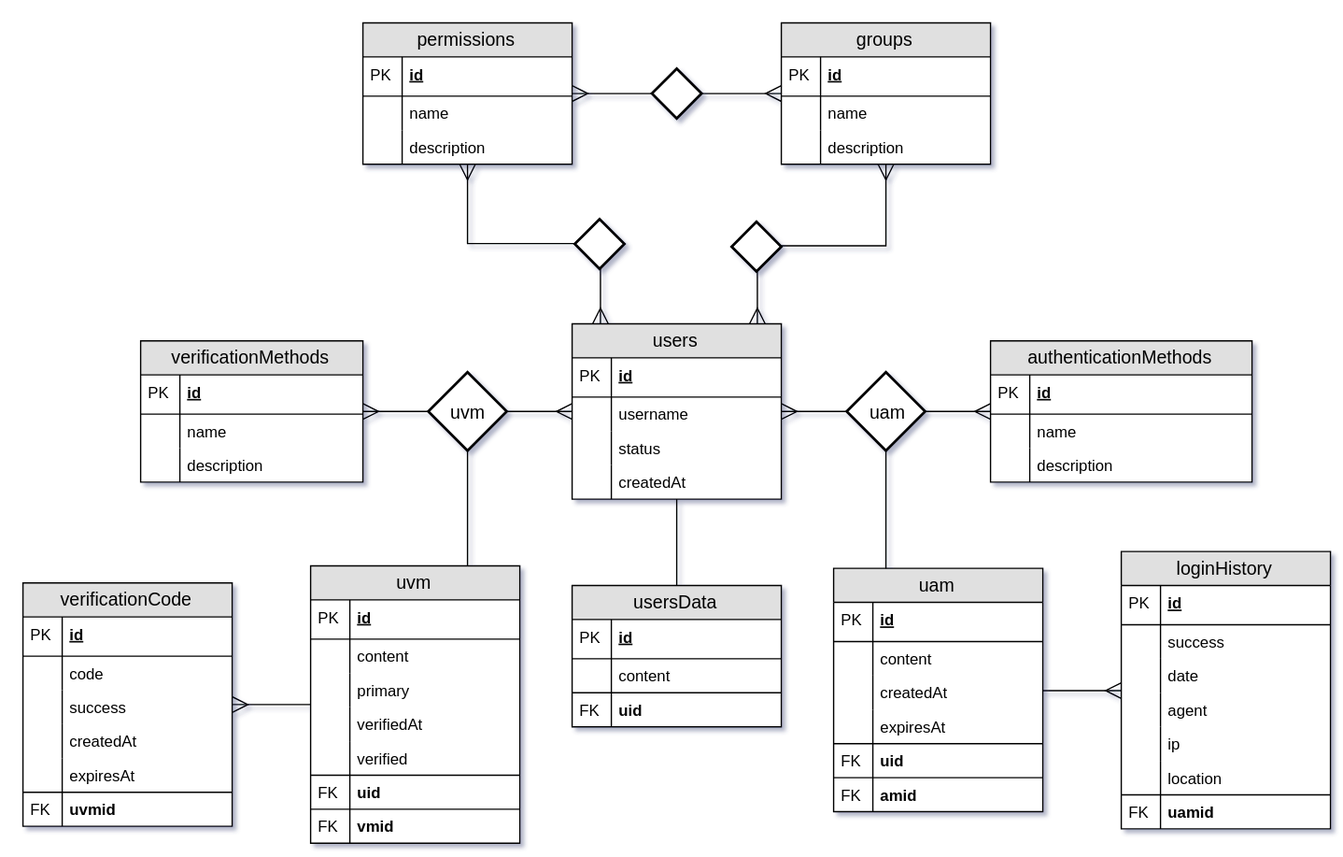
ntrrg/usersd keeps this draw.io diagram as docs/er.svg. Above is the earlier version. Source tidied: cells renumbered, new cells last; positions are measured from the earlier drawing's top-left corner, leaving out a move shared by most shapes.
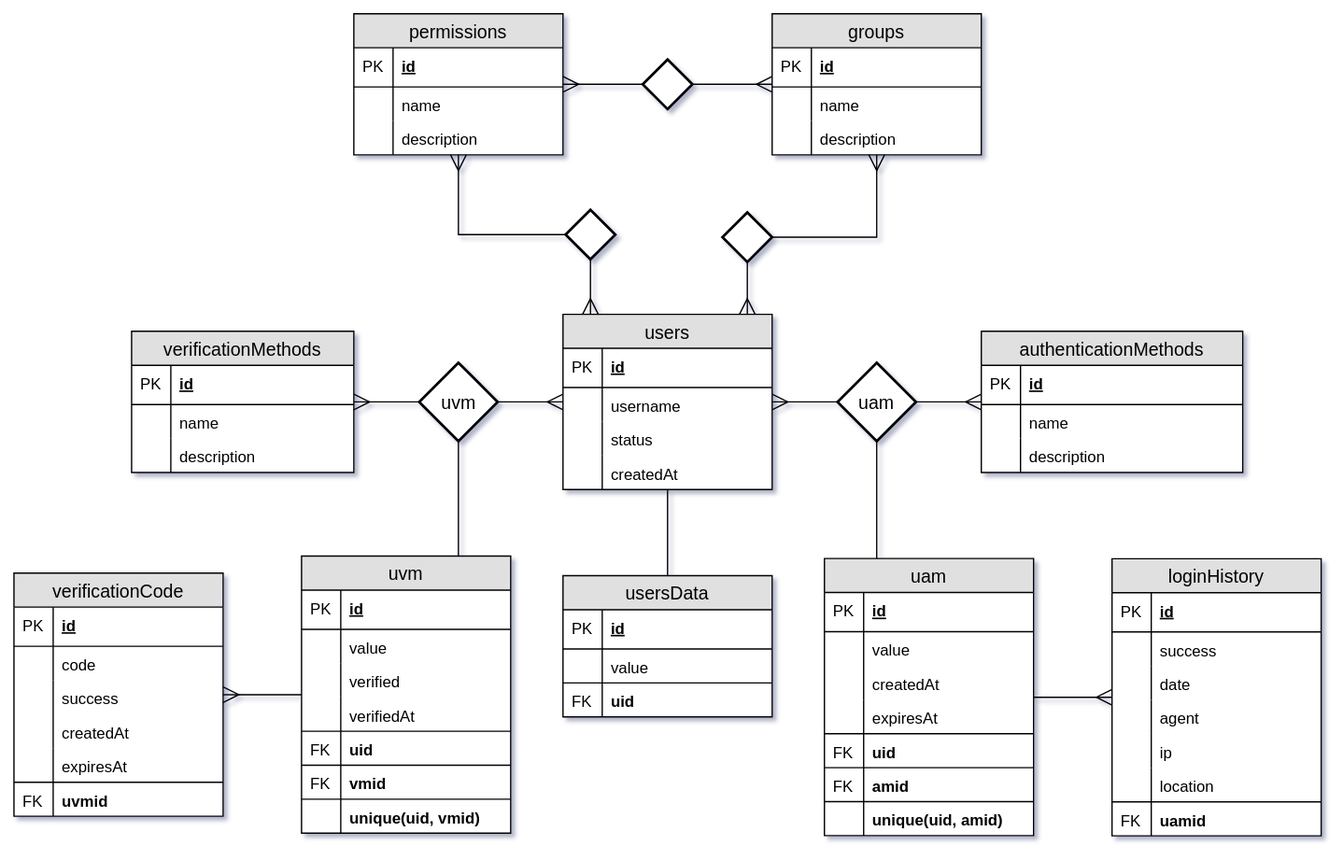
Later version of the same file.

Change to the diagram source:
```diff
@@ -41,13 +41,13 @@
     <mxCell id="14" value="PK" style="shape=partialRectangle;top=0;left=0;bottom=0;fillColor=none;align=left;verticalAlign=middle;spacingLeft=4;spacingRight=4;overflow=hidden;fontSize=12;" parent="13" vertex="1">
       <mxGeometry width="30" height="30" as="geometry" />
     </mxCell>
-    <mxCell id="15" value="content" style="shape=partialRectangle;top=0;left=0;right=0;bottom=0;align=left;verticalAlign=top;fillColor=none;spacingLeft=34;spacingRight=4;overflow=hidden;fontSize=12;" parent="12" vertex="1">
+    <mxCell id="15" value="value" style="shape=partialRectangle;top=0;left=0;right=0;bottom=0;align=left;verticalAlign=top;fillColor=none;spacingLeft=34;spacingRight=4;overflow=hidden;fontSize=12;" parent="12" vertex="1">
       <mxGeometry y="56" width="160" height="26" as="geometry" />
     </mxCell>
     <mxCell id="16" style="shape=partialRectangle;top=0;left=0;bottom=0;fillColor=none;align=left;verticalAlign=top;spacingLeft=4;spacingRight=4;overflow=hidden;fontSize=12;" parent="15" vertex="1">
       <mxGeometry width="30" height="26" as="geometry" />
     </mxCell>
-    <mxCell id="17" value="primary" style="shape=partialRectangle;top=0;left=0;right=0;bottom=0;align=left;verticalAlign=top;fillColor=none;spacingLeft=34;spacingRight=4;overflow=hidden;fontSize=12;" parent="12" vertex="1">
+    <mxCell id="17" value="verified" style="shape=partialRectangle;top=0;left=0;right=0;bottom=0;align=left;verticalAlign=top;fillColor=none;spacingLeft=34;spacingRight=4;overflow=hidden;fontSize=12;" parent="12" vertex="1">
       <mxGeometry y="82" width="160" height="26" as="geometry" />
     </mxCell>
     <mxCell id="18" style="shape=partialRectangle;top=0;left=0;bottom=0;fillColor=none;align=left;verticalAlign=top;spacingLeft=4;spacingRight=4;overflow=hidden;fontSize=12;" parent="17" vertex="1">
@@ -59,24 +59,24 @@
     <mxCell id="20" style="shape=partialRectangle;top=0;left=0;bottom=0;fillColor=none;align=left;verticalAlign=top;spacingLeft=4;spacingRight=4;overflow=hidden;fontSize=12;" parent="19" vertex="1">
       <mxGeometry width="30" height="26" as="geometry" />
     </mxCell>
-    <mxCell id="21" value="verified" style="shape=partialRectangle;top=0;left=0;right=0;bottom=0;align=left;verticalAlign=top;fillColor=none;spacingLeft=34;spacingRight=4;overflow=hidden;fontSize=12;strokeColor=#000000;" parent="12" vertex="1">
-      <mxGeometry y="134" width="160" height="26" as="geometry" />
-    </mxCell>
-    <mxCell id="22" style="shape=partialRectangle;top=0;left=0;bottom=0;fillColor=none;align=left;verticalAlign=top;spacingLeft=4;spacingRight=4;overflow=hidden;fontSize=12;" parent="21" vertex="1">
-      <mxGeometry width="30" height="26" as="geometry" />
-    </mxCell>
     <mxCell id="23" value="uid" style="shape=partialRectangle;top=1;left=0;right=0;bottom=0;align=left;verticalAlign=top;fillColor=none;spacingLeft=34;spacingRight=4;overflow=hidden;fontSize=12;fontStyle=1;strokeColor=#000000;" parent="12" vertex="1">
-      <mxGeometry y="160" width="160" height="26" as="geometry" />
+      <mxGeometry y="134" width="160" height="26" as="geometry" />
     </mxCell>
     <mxCell id="24" value="FK" style="shape=partialRectangle;top=0;left=0;bottom=0;fillColor=none;align=left;verticalAlign=top;spacingLeft=4;spacingRight=4;overflow=hidden;fontSize=12;" parent="23" vertex="1">
       <mxGeometry width="30" height="26" as="geometry" />
     </mxCell>
     <mxCell id="25" value="vmid" style="shape=partialRectangle;top=1;left=0;right=0;bottom=0;align=left;verticalAlign=top;fillColor=none;spacingLeft=34;spacingRight=4;overflow=hidden;fontSize=12;fontStyle=1;strokeColor=#000000;" parent="12" vertex="1">
-      <mxGeometry y="186" width="160" height="26" as="geometry" />
+      <mxGeometry y="160" width="160" height="26" as="geometry" />
     </mxCell>
     <mxCell id="26" value="FK" style="shape=partialRectangle;top=0;left=0;bottom=0;fillColor=none;align=left;verticalAlign=top;spacingLeft=4;spacingRight=4;overflow=hidden;fontSize=12;" parent="25" vertex="1">
       <mxGeometry width="30" height="26" as="geometry" />
     </mxCell>
+    <mxCell id="122" value="unique(uid, vmid)" style="shape=partialRectangle;top=1;left=0;right=0;bottom=0;align=left;verticalAlign=top;fillColor=none;spacingLeft=34;spacingRight=4;overflow=hidden;fontSize=12;fontStyle=1;strokeColor=#000000;" parent="12" vertex="1">
+      <mxGeometry y="186" width="160" height="26" as="geometry" />
+    </mxCell>
+    <mxCell id="123" style="shape=partialRectangle;top=0;left=0;bottom=0;fillColor=none;align=left;verticalAlign=top;spacingLeft=4;spacingRight=4;overflow=hidden;fontSize=12;" parent="122" vertex="1">
+      <mxGeometry width="30" height="26" as="geometry" />
+    </mxCell>
     <mxCell id="27" style="edgeStyle=elbowEdgeStyle;rounded=0;jettySize=auto;elbow=vertical;html=1;startArrow=none;startFill=0;startSize=10;endArrow=none;endFill=0;endSize=10;" parent="1" edge="1" source="28" target="3">
       <mxGeometry relative="1" as="geometry" />
     </mxCell>
@@ -89,7 +89,7 @@
     <mxCell id="30" value="PK" style="shape=partialRectangle;top=0;left=0;bottom=0;fillColor=none;align=left;verticalAlign=middle;spacingLeft=4;spacingRight=4;overflow=hidden;fontSize=12;" parent="29" vertex="1">
       <mxGeometry width="30" height="30" as="geometry" />
     </mxCell>
-    <mxCell id="31" value="content" style="shape=partialRectangle;top=0;left=0;right=0;bottom=0;align=left;verticalAlign=top;fillColor=none;spacingLeft=34;spacingRight=4;overflow=hidden;fontSize=12;" parent="28" vertex="1">
+    <mxCell id="31" value="value" style="shape=partialRectangle;top=0;left=0;right=0;bottom=0;align=left;verticalAlign=top;fillColor=none;spacingLeft=34;spacingRight=4;overflow=hidden;fontSize=12;" parent="28" vertex="1">
       <mxGeometry y="56" width="160" height="26" as="geometry" />
     </mxCell>
     <mxCell id="32" style="shape=partialRectangle;top=0;left=0;bottom=0;fillColor=none;align=left;verticalAlign=top;spacingLeft=4;spacingRight=4;overflow=hidden;fontSize=12;" parent="31" vertex="1">
@@ -105,7 +105,7 @@
       <mxGeometry relative="1" as="geometry" />
     </mxCell>
     <mxCell id="36" value="uam" style="swimlane;fontStyle=0;horizontal=1;startSize=26;fillColor=#e0e0e0;swimlaneFillColor=#ffffff;align=center;fontSize=14;" parent="1" vertex="1">
-      <mxGeometry x="620" y="416.9" width="160" height="186" as="geometry" />
+      <mxGeometry x="620" y="416.9" width="160" height="212" as="geometry" />
     </mxCell>
     <mxCell id="37" value="id" style="shape=partialRectangle;top=0;left=0;right=0;bottom=1;align=left;verticalAlign=middle;fillColor=none;spacingLeft=34;spacingRight=4;overflow=hidden;fontStyle=5;fontSize=12;" parent="36" vertex="1">
       <mxGeometry y="26" width="160" height="30" as="geometry" />
@@ -113,7 +113,7 @@
     <mxCell id="38" value="PK" style="shape=partialRectangle;top=0;left=0;bottom=0;fillColor=none;align=left;verticalAlign=middle;spacingLeft=4;spacingRight=4;overflow=hidden;fontSize=12;" parent="37" vertex="1">
       <mxGeometry width="30" height="30" as="geometry" />
     </mxCell>
-    <mxCell id="39" value="content" style="shape=partialRectangle;top=0;left=0;right=0;bottom=0;align=left;verticalAlign=top;fillColor=none;spacingLeft=34;spacingRight=4;overflow=hidden;fontSize=12;" parent="36" vertex="1">
+    <mxCell id="39" value="value" style="shape=partialRectangle;top=0;left=0;right=0;bottom=0;align=left;verticalAlign=top;fillColor=none;spacingLeft=34;spacingRight=4;overflow=hidden;fontSize=12;" parent="36" vertex="1">
       <mxGeometry y="56" width="160" height="26" as="geometry" />
     </mxCell>
     <mxCell id="40" style="shape=partialRectangle;top=0;left=0;bottom=0;fillColor=none;align=left;verticalAlign=top;spacingLeft=4;spacingRight=4;overflow=hidden;fontSize=12;" parent="39" vertex="1">
@@ -143,8 +143,14 @@
     <mxCell id="48" value="FK" style="shape=partialRectangle;top=0;left=0;bottom=0;fillColor=none;align=left;verticalAlign=top;spacingLeft=4;spacingRight=4;overflow=hidden;fontSize=12;" parent="47" vertex="1">
       <mxGeometry width="30" height="26" as="geometry" />
     </mxCell>
+    <mxCell id="124" value="unique(uid, amid)" style="shape=partialRectangle;top=1;left=0;right=0;bottom=0;align=left;verticalAlign=top;fillColor=none;spacingLeft=34;spacingRight=4;overflow=hidden;fontSize=12;fontStyle=1;" parent="36" vertex="1">
+      <mxGeometry y="186" width="160" height="26" as="geometry" />
+    </mxCell>
+    <mxCell id="125" style="shape=partialRectangle;top=0;left=0;bottom=0;fillColor=none;align=left;verticalAlign=top;spacingLeft=4;spacingRight=4;overflow=hidden;fontSize=12;" parent="124" vertex="1">
+      <mxGeometry width="30" height="26" as="geometry" />
+    </mxCell>
     <mxCell id="49" value="loginHistory" style="swimlane;fontStyle=0;horizontal=1;startSize=26;fillColor=#e0e0e0;swimlaneFillColor=#ffffff;align=center;fontSize=14;" parent="1" vertex="1">
-      <mxGeometry x="840" y="404" width="160" height="212" as="geometry" />
+      <mxGeometry x="840" y="417" width="160" height="212" as="geometry" />
     </mxCell>
     <mxCell id="50" value="id" style="shape=partialRectangle;top=0;left=0;right=0;bottom=1;align=left;verticalAlign=middle;fillColor=none;spacingLeft=34;spacingRight=4;overflow=hidden;fontStyle=5;fontSize=12;" parent="49" vertex="1">
       <mxGeometry y="26" width="160" height="30" as="geometry" />
```
